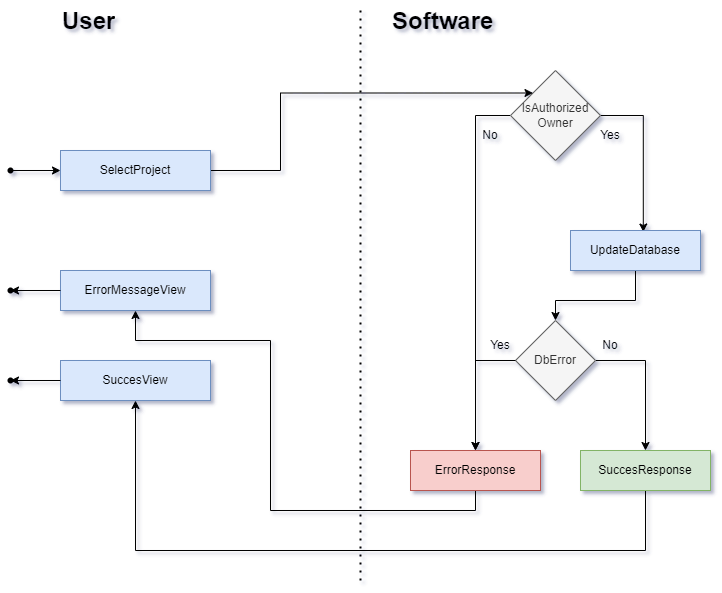
Earlier version of the draw.io export design/activity/project.delete.activity.diagram.png (SamyBP/ProjectManagementApplication). Source tidied: cells renumbered, new cells last; positions are measured from the earlier drawing's top-left corner, leaving out a move shared by most shapes.
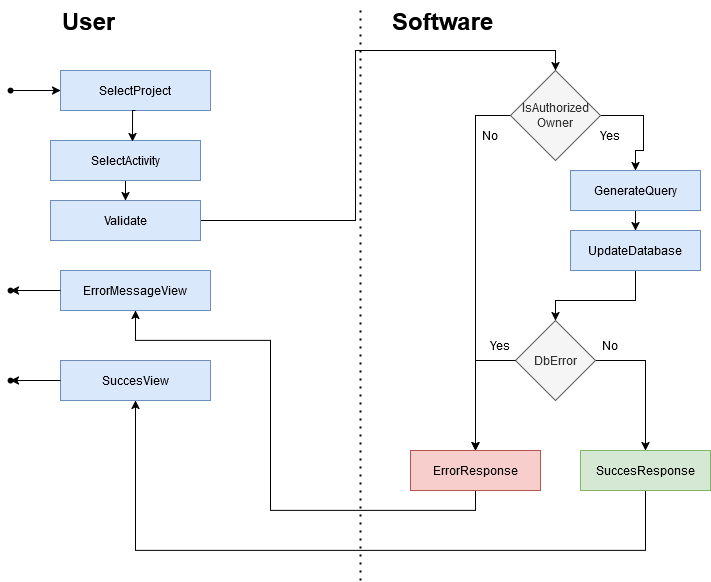
The same diagram one commit later.

What changed in the source:
```diff
@@ -9,26 +9,19 @@
         </Array>
       </mxGeometry>
     </mxCell>
-    <mxCell id="3" style="edgeStyle=orthogonalEdgeStyle;rounded=0;jettySize=auto;html=1;entryX=0.56;entryY=0.038;entryDx=0;entryDy=0;entryPerimeter=0;" parent="1" edge="1" source="4" target="11">
+    <mxCell id="3" style="edgeStyle=orthogonalEdgeStyle;rounded=0;jettySize=auto;html=1;entryX=0.5;entryY=0;entryDx=0;entryDy=0;" parent="1" edge="1" source="4" target="38">
       <mxGeometry relative="1" as="geometry">
         <Array as="points">
           <mxPoint x="643" y="115" />
+          <mxPoint x="643" y="150" />
         </Array>
       </mxGeometry>
     </mxCell>
     <mxCell id="4" value="IsAuthorized Owner" style="rhombus;whiteSpace=wrap;html=1;fillColor=#f5f5f5;fontColor=#333333;strokeColor=#666666;rounded=0;" parent="1" vertex="1">
       <mxGeometry x="510" y="70" width="90" height="90" as="geometry" />
     </mxCell>
-    <mxCell id="5" style="edgeStyle=orthogonalEdgeStyle;rounded=0;jettySize=auto;html=1;exitX=1;exitY=0.5;exitDx=0;exitDy=0;entryX=0;entryY=0;entryDx=0;entryDy=0;" parent="1" edge="1" source="6" target="4">
-      <mxGeometry relative="1" as="geometry">
-        <Array as="points">
-          <mxPoint x="280" y="170" />
-          <mxPoint x="280" y="93" />
-        </Array>
-      </mxGeometry>
-    </mxCell>
     <mxCell id="6" value="SelectProject" style="rounded=0;whiteSpace=wrap;html=1;fillColor=#dae8fc;strokeColor=#6c8ebf;" parent="1" vertex="1">
-      <mxGeometry x="60" y="150" width="150" height="40" as="geometry" />
+      <mxGeometry x="60" y="70" width="150" height="40" as="geometry" />
     </mxCell>
     <mxCell id="7" style="edgeStyle=orthogonalEdgeStyle;rounded=0;jettySize=auto;html=1;exitX=0.5;exitY=1;exitDx=0;exitDy=0;entryX=0.5;entryY=1;entryDx=0;entryDy=0;" parent="1" edge="1" source="8" target="20">
       <mxGeometry relative="1" as="geometry">
@@ -127,13 +120,29 @@
     <mxCell id="29" style="edgeStyle=orthogonalEdgeStyle;jettySize=auto;html=1;exitX=0;exitY=0.5;exitDx=0;exitDy=0;entryX=0.836;entryY=0.497;entryDx=0;entryDy=0;entryPerimeter=0;" parent="1" edge="1" source="20" target="26">
       <mxGeometry relative="1" as="geometry" />
     </mxCell>
-    <mxCell id="30" style="edgeStyle=orthogonalEdgeStyle;jettySize=auto;html=1;entryDx=0;entryDy=0;" parent="1" edge="1" target="31">
-      <mxGeometry relative="1" as="geometry">
-        <mxPoint x="10" y="170" as="sourcePoint" />
-      </mxGeometry>
-    </mxCell>
     <mxCell id="31" style="shape=waypoint;sketch=0;fillStyle=solid;size=6;points=[];fillColor=none;perimeter=centerPerimeter;snapToPoint=1;" parent="1" vertex="1">
-      <mxGeometry y="160" width="20" height="20" as="geometry" />
+      <mxGeometry y="80" width="20" height="20" as="geometry" />
     </mxCell>
+    <mxCell id="32" style="edgeStyle=orthogonalEdgeStyle;rounded=0;jettySize=auto;html=1;exitX=0.5;exitY=1;exitDx=0;exitDy=0;entryX=0.5;entryY=0;entryDx=0;entryDy=0;" parent="1" edge="1" source="33" target="36">
+      <mxGeometry relative="1" as="geometry" />
+    </mxCell>
+    <mxCell id="33" value="SelectActivity" style="rounded=0;whiteSpace=wrap;html=1;fillColor=#dae8fc;strokeColor=#6c8ebf;" parent="1" vertex="1">
+      <mxGeometry x="50" y="140" width="150" height="40" as="geometry" />
+    </mxCell>
+    <mxCell id="34" style="edgeStyle=orthogonalEdgeStyle;rounded=0;jettySize=auto;html=1;exitX=0.5;exitY=1;exitDx=0;exitDy=0;entryX=0.547;entryY=0.025;entryDx=0;entryDy=0;entryPerimeter=0;" parent="1" edge="1" source="6" target="33">
+      <mxGeometry relative="1" as="geometry" />
+    </mxCell>
+    <mxCell id="35" style="edgeStyle=orthogonalEdgeStyle;rounded=0;jettySize=auto;html=1;exitX=1;exitY=0.5;exitDx=0;exitDy=0;entryX=0.5;entryY=0;entryDx=0;entryDy=0;" parent="1" edge="1" source="36" target="4">
+      <mxGeometry relative="1" as="geometry" />
+    </mxCell>
+    <mxCell id="36" value="Validate" style="rounded=0;whiteSpace=wrap;html=1;fillColor=#dae8fc;strokeColor=#6c8ebf;" parent="1" vertex="1">
+      <mxGeometry x="50" y="200" width="150" height="40" as="geometry" />
+    </mxCell>
+    <mxCell id="37" style="edgeStyle=orthogonalEdgeStyle;rounded=0;jettySize=auto;html=1;exitX=0.5;exitY=1;exitDx=0;exitDy=0;entryX=0.5;entryY=0;entryDx=0;entryDy=0;" parent="1" edge="1" source="38" target="11">
+      <mxGeometry relative="1" as="geometry" />
+    </mxCell>
+    <mxCell id="38" value="GenerateQuery" style="rounded=0;whiteSpace=wrap;html=1;fillColor=#dae8fc;strokeColor=#6c8ebf;" parent="1" vertex="1">
+      <mxGeometry x="570" y="170" width="130" height="40" as="geometry" />
+    </mxCell>
   </root>
 </mxGraphModel>
```
